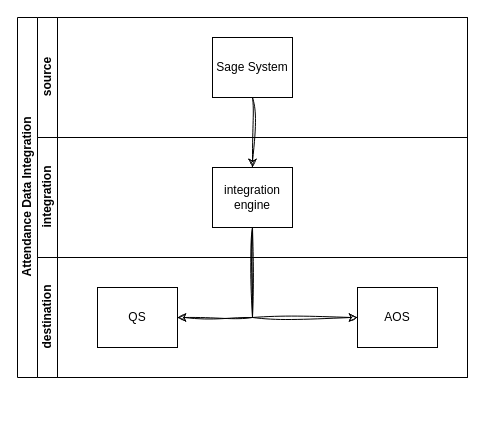
Before: sage attendance sync.drawio in nyashaChiza/design, a draw.io diagram. Source tidied: cells renumbered, new cells numbered last; positions are measured from the earlier drawing's top-left corner, leaving out a move shared by most shapes. Both pictures are drawn from the tidied source at 100%, with x=0, y=0 at pixel (17, 17).
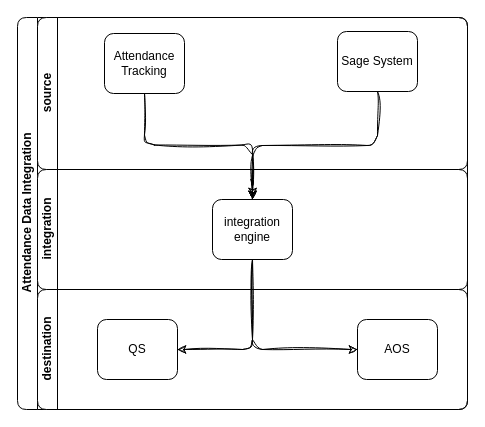
The same page after the edit.

What changed in the source:
```diff
@@
-<mxGraphModel>
+<mxGraphModel background="#ffffff">
   <root>
     <mxCell id="0" />
     <mxCell id="1" parent="0" />
-    <mxCell id="2" value="Attendance Data Integration" style="swimlane;html=1;horizontal=0;startSize=20;" parent="1" vertex="1">
-      <mxGeometry width="450" height="360" as="geometry" />
+    <mxCell id="2" value="Attendance Data Integration" style="swimlane;html=1;horizontal=0;startSize=20;rounded=1;" parent="1" vertex="1">
+      <mxGeometry width="450" height="392" as="geometry" />
     </mxCell>
+    <mxCell id="13" style="edgeStyle=orthogonalEdgeStyle;rounded=1;sketch=1;hachureGap=4;jiggle=2;curveFitting=1;jettySize=auto;html=1;fontFamily=Architects Daughter;" parent="2" edge="1" source="3" target="6">
+      <mxGeometry relative="1" as="geometry" />
+    </mxCell>
-    <mxCell id="3" value="source" style="swimlane;html=1;startSize=20;horizontal=0;" parent="2" vertex="1">
-      <mxGeometry x="20" width="430" height="120" as="geometry" />
+    <mxCell id="3" value="source" style="swimlane;html=1;startSize=20;horizontal=0;rounded=1;" parent="2" vertex="1">
+      <mxGeometry x="20" width="430" height="152" as="geometry" />
     </mxCell>
-    <mxCell id="4" value="Sage System" style="rounded=0;whiteSpace=wrap;html=1;fontFamily=Helvetica;fontSize=12;fontColor=#000000;align=center;" parent="3" vertex="1">
-      <mxGeometry x="175" y="20" width="80" height="60" as="geometry" />
+    <mxCell id="4" value="Sage System" style="rounded=1;whiteSpace=wrap;html=1;fontFamily=Helvetica;fontSize=12;fontColor=#000000;align=center;" parent="3" vertex="1">
+      <mxGeometry x="300" y="14" width="80" height="60" as="geometry" />
     </mxCell>
+    <mxCell id="14" style="edgeStyle=orthogonalEdgeStyle;rounded=1;sketch=1;hachureGap=4;jiggle=2;curveFitting=1;jettySize=auto;html=1;exitX=0.5;exitY=1;exitDx=0;exitDy=0;fontFamily=Architects Daughter;" parent="3" edge="1" source="15">
+      <mxGeometry relative="1" as="geometry">
+        <mxPoint x="215" y="179" as="targetPoint" />
+      </mxGeometry>
+    </mxCell>
+    <mxCell id="15" value="Attendance Tracking" style="rounded=1;whiteSpace=wrap;html=1;fontFamily=Helvetica;fontSize=12;fontColor=#000000;align=center;" parent="3" vertex="1">
+      <mxGeometry x="67" y="16" width="80" height="60" as="geometry" />
+    </mxCell>
-    <mxCell id="5" value="integration" style="swimlane;html=1;startSize=20;horizontal=0;" parent="2" vertex="1">
-      <mxGeometry x="20" y="120" width="430" height="120" as="geometry" />
+    <mxCell id="5" value="integration" style="swimlane;html=1;startSize=20;horizontal=0;rounded=1;" parent="2" vertex="1">
+      <mxGeometry x="20" y="152" width="430" height="120" as="geometry" />
     </mxCell>
-    <mxCell id="6" value="integration engine" style="rounded=0;whiteSpace=wrap;html=1;fontFamily=Helvetica;fontSize=12;fontColor=#000000;align=center;" parent="5" vertex="1">
+    <mxCell id="6" value="integration engine" style="rounded=1;whiteSpace=wrap;html=1;fontFamily=Helvetica;fontSize=12;fontColor=#000000;align=center;" parent="5" vertex="1">
       <mxGeometry x="175" y="30" width="80" height="60" as="geometry" />
     </mxCell>
-    <mxCell id="7" value="destination" style="swimlane;html=1;startSize=20;horizontal=0;" parent="2" vertex="1">
-      <mxGeometry x="20" y="240" width="430" height="120" as="geometry" />
+    <mxCell id="7" value="destination" style="swimlane;html=1;startSize=20;horizontal=0;rounded=1;" parent="2" vertex="1">
+      <mxGeometry x="20" y="272" width="430" height="120" as="geometry" />
     </mxCell>
-    <mxCell id="8" value="AOS" style="rounded=0;whiteSpace=wrap;html=1;fontFamily=Helvetica;fontSize=12;fontColor=#000000;align=center;" parent="7" vertex="1">
+    <mxCell id="8" value="AOS" style="rounded=1;whiteSpace=wrap;html=1;fontFamily=Helvetica;fontSize=12;fontColor=#000000;align=center;" parent="7" vertex="1">
       <mxGeometry x="320" y="30" width="80" height="60" as="geometry" />
     </mxCell>
-    <mxCell id="9" value="QS" style="rounded=0;whiteSpace=wrap;html=1;fontFamily=Helvetica;fontSize=12;fontColor=#000000;align=center;" parent="7" vertex="1">
+    <mxCell id="9" value="QS" style="rounded=1;whiteSpace=wrap;html=1;fontFamily=Helvetica;fontSize=12;fontColor=#000000;align=center;" parent="7" vertex="1">
       <mxGeometry x="60" y="30" width="80" height="60" as="geometry" />
     </mxCell>
-    <mxCell id="10" style="edgeStyle=orthogonalEdgeStyle;rounded=0;sketch=1;hachureGap=4;jiggle=2;curveFitting=1;jettySize=auto;html=1;exitX=0.5;exitY=1;exitDx=0;exitDy=0;entryX=0.5;entryY=0;entryDx=0;entryDy=0;fontFamily=Architects Daughter;" parent="2" edge="1" source="4" target="6">
+    <mxCell id="10" style="edgeStyle=orthogonalEdgeStyle;rounded=1;sketch=1;hachureGap=4;jiggle=2;curveFitting=1;jettySize=auto;html=1;exitX=0.5;exitY=1;exitDx=0;exitDy=0;entryX=0.5;entryY=0;entryDx=0;entryDy=0;fontFamily=Architects Daughter;" parent="2" edge="1" source="4" target="6">
       <mxGeometry relative="1" as="geometry" />
     </mxCell>
-    <mxCell id="11" style="edgeStyle=orthogonalEdgeStyle;rounded=0;sketch=1;hachureGap=4;jiggle=2;curveFitting=1;jettySize=auto;html=1;exitX=0.5;exitY=1;exitDx=0;exitDy=0;entryX=0;entryY=0.5;entryDx=0;entryDy=0;fontFamily=Architects Daughter;" parent="2" edge="1" source="6" target="8">
+    <mxCell id="11" style="edgeStyle=orthogonalEdgeStyle;rounded=1;sketch=1;hachureGap=4;jiggle=2;curveFitting=1;jettySize=auto;html=1;exitX=0.5;exitY=1;exitDx=0;exitDy=0;entryX=0;entryY=0.5;entryDx=0;entryDy=0;fontFamily=Architects Daughter;" parent="2" edge="1" source="6" target="8">
       <mxGeometry relative="1" as="geometry" />
     </mxCell>
-    <mxCell id="12" style="edgeStyle=orthogonalEdgeStyle;rounded=0;sketch=1;hachureGap=4;jiggle=2;curveFitting=1;jettySize=auto;html=1;exitX=0.5;exitY=1;exitDx=0;exitDy=0;entryX=1;entryY=0.5;entryDx=0;entryDy=0;fontFamily=Architects Daughter;" parent="2" edge="1" source="6" target="9">
+    <mxCell id="12" style="edgeStyle=orthogonalEdgeStyle;rounded=1;sketch=1;hachureGap=4;jiggle=2;curveFitting=1;jettySize=auto;html=1;exitX=0.5;exitY=1;exitDx=0;exitDy=0;entryX=1;entryY=0.5;entryDx=0;entryDy=0;fontFamily=Architects Daughter;" parent="2" edge="1" source="6" target="9">
       <mxGeometry relative="1" as="geometry" />
     </mxCell>
   </root>
 </mxGraphModel>
```
